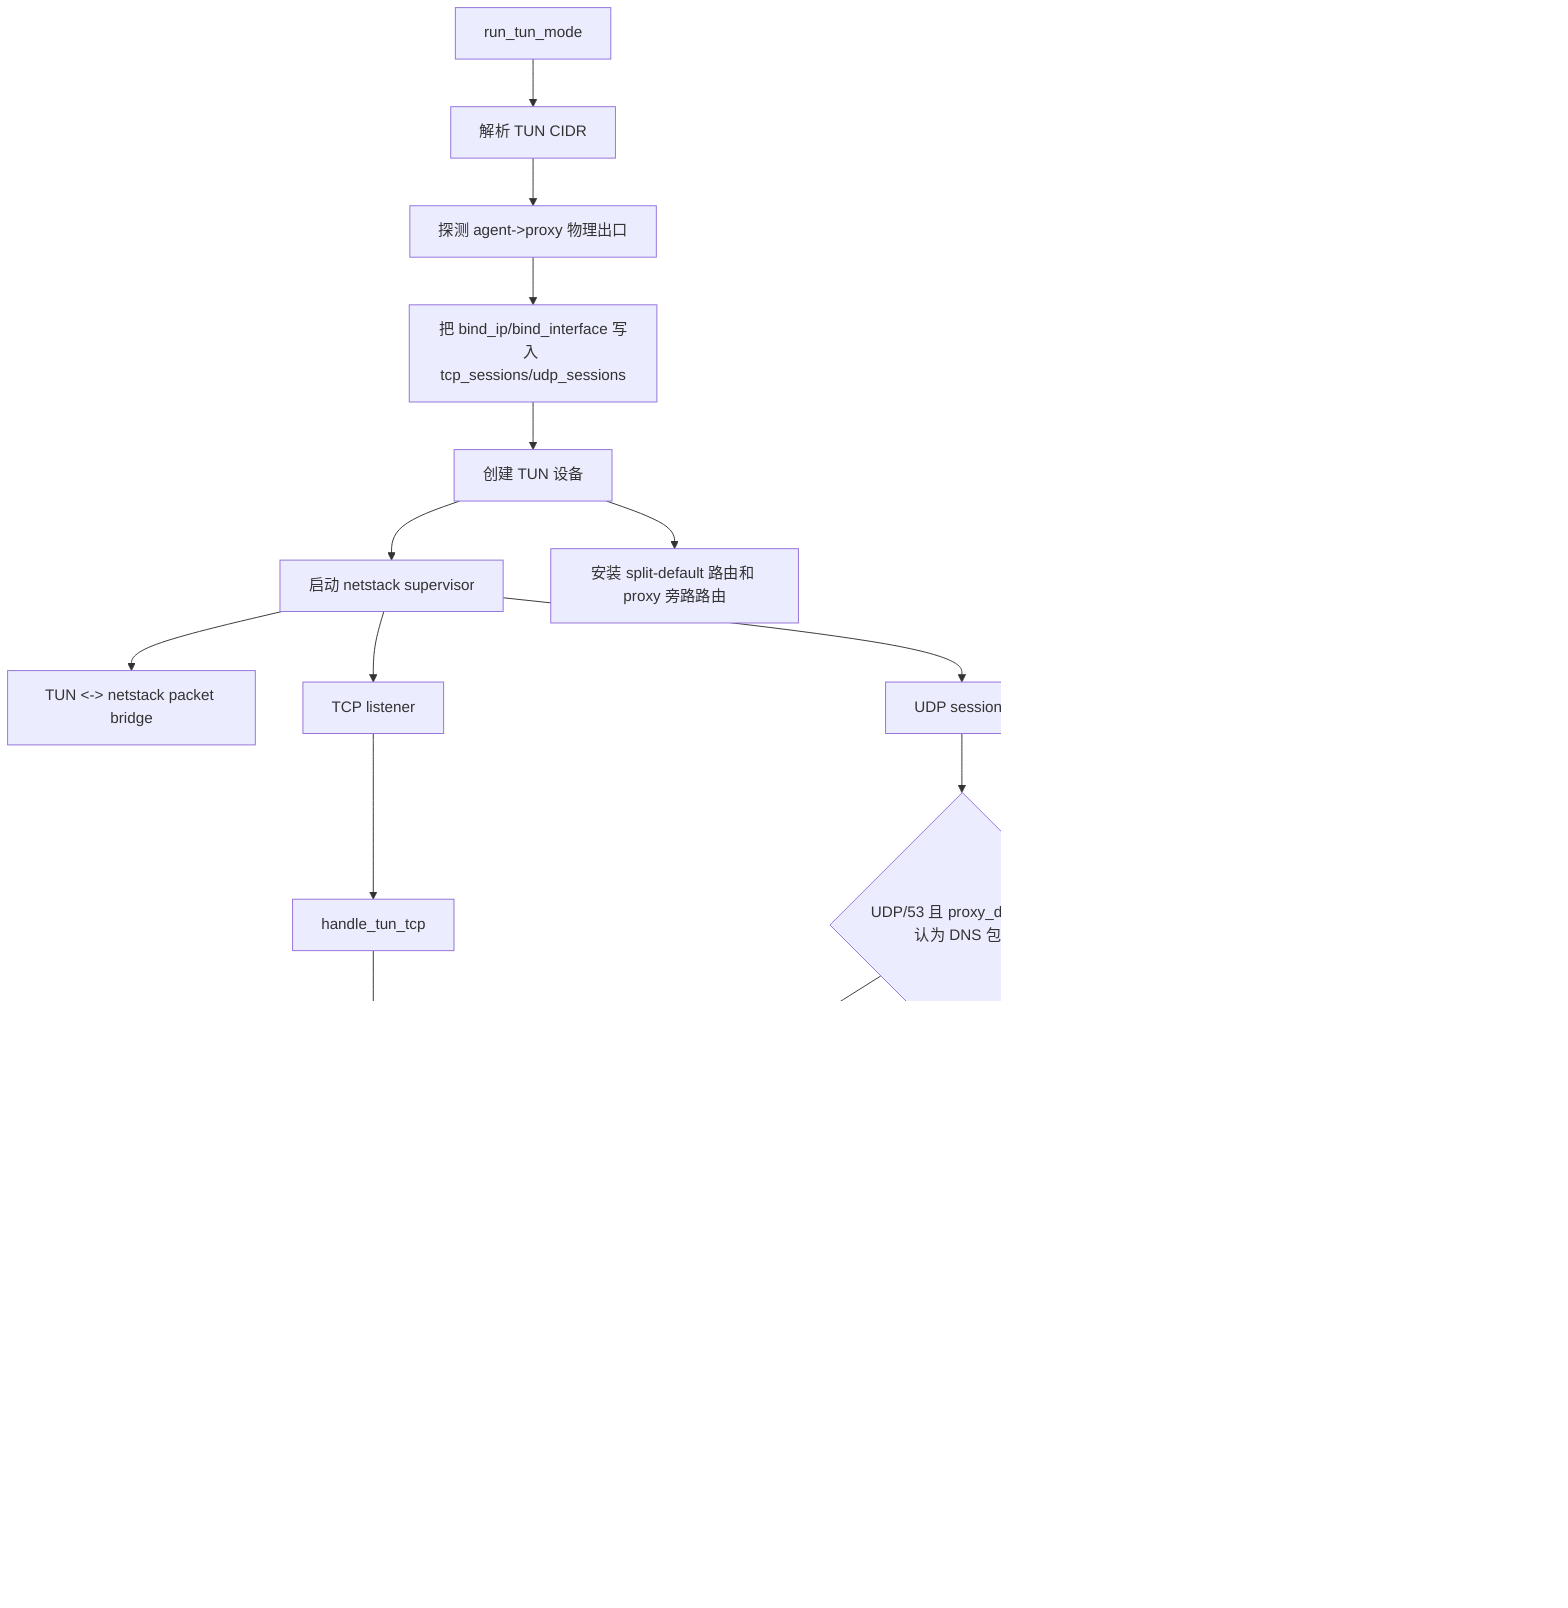
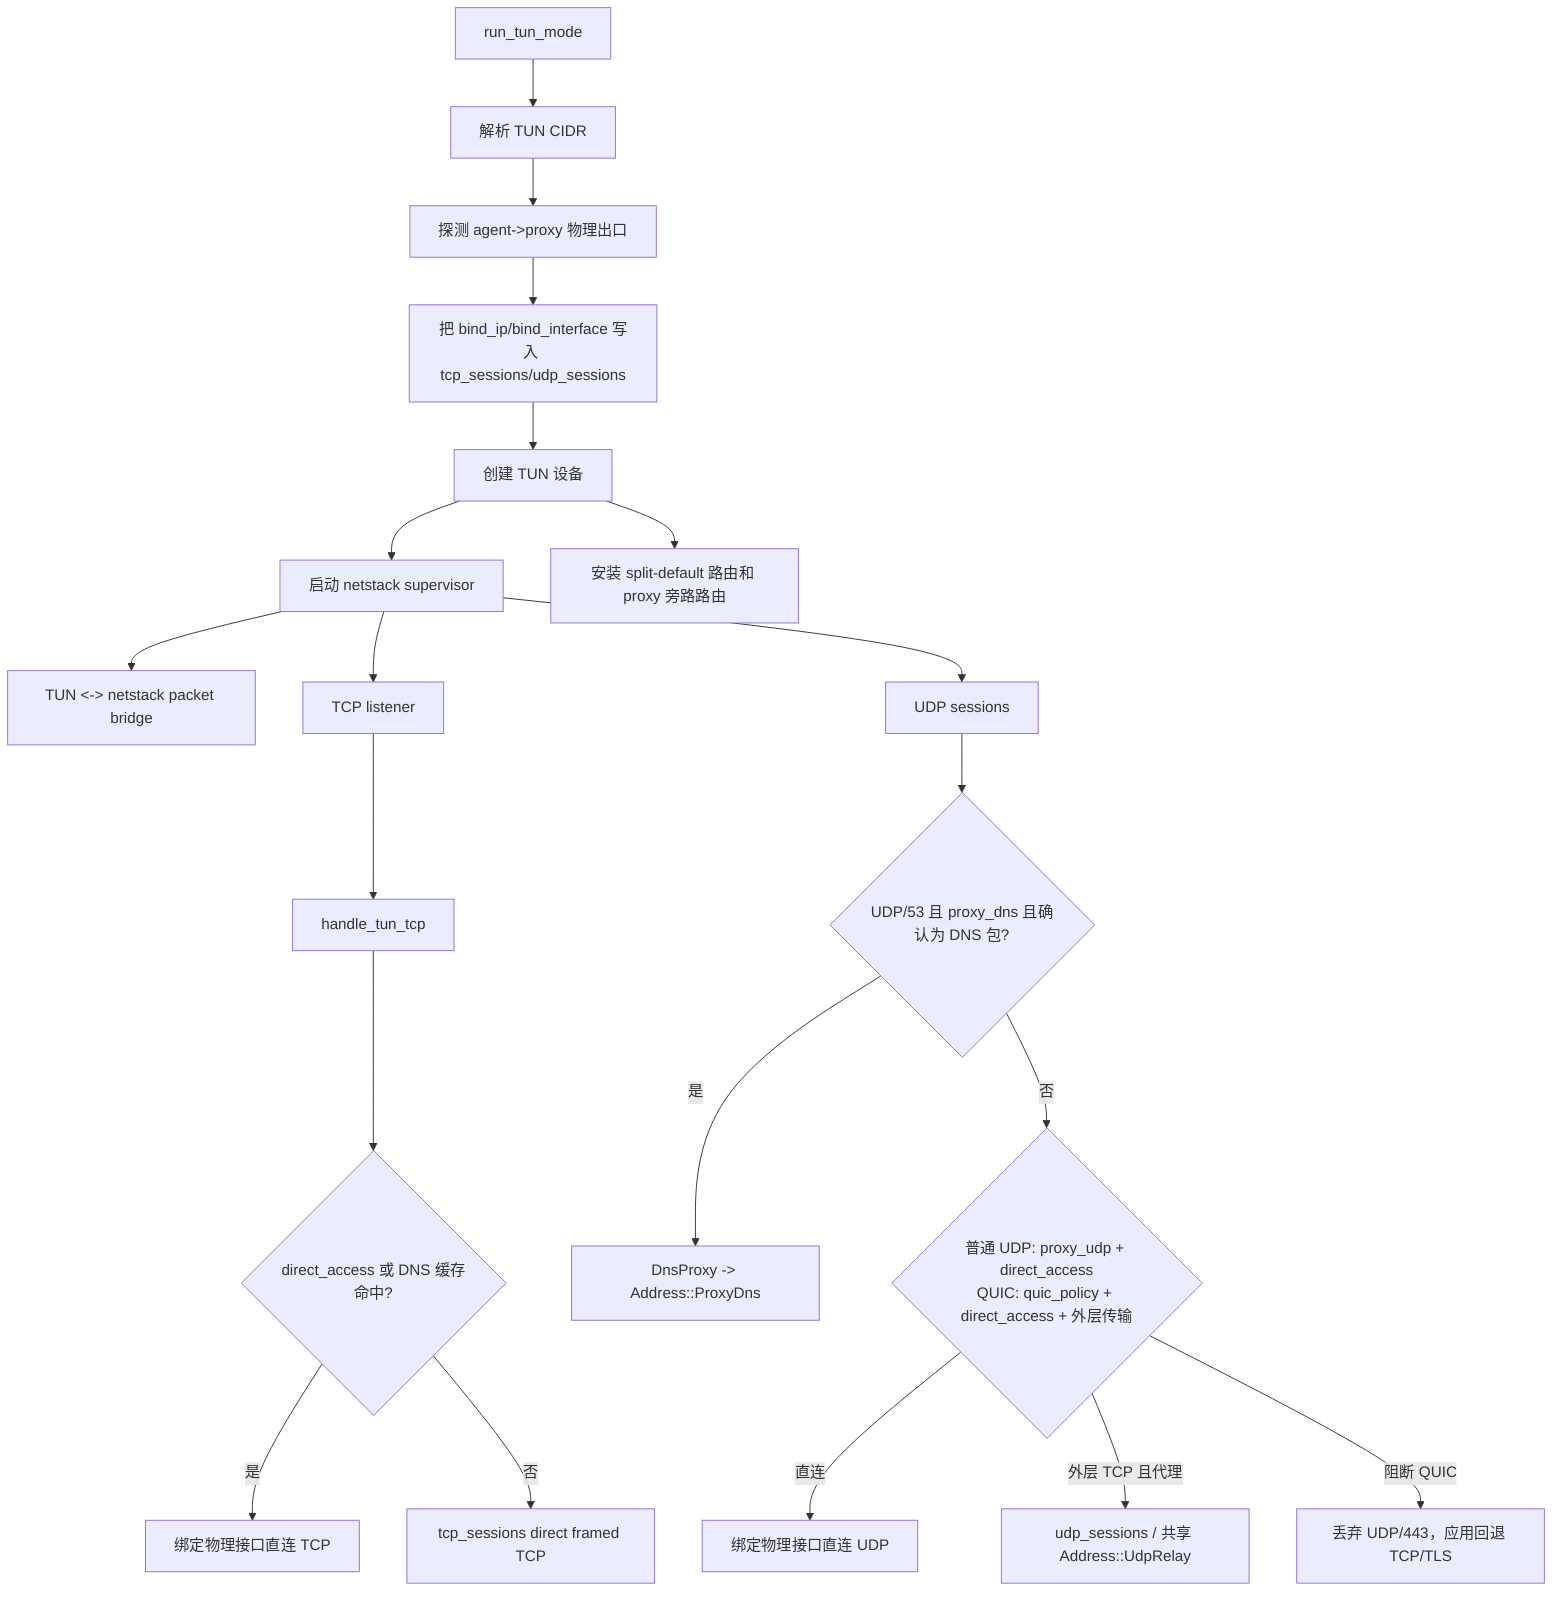
flowchart TD
    A["run_tun_mode"] --> B["解析 TUN CIDR"]
    B --> C["探测 agent->proxy 物理出口"]
    C --> D["把 bind_ip/bind_interface 写入 tcp_sessions/udp_sessions"]
    D --> E["创建 TUN 设备"]
    E --> F["启动 netstack supervisor"]
    F --> G["TUN <-> netstack packet bridge"]
    F --> H["TCP listener"]
    F --> I["UDP sessions"]
    E --> J["安装 split-default 路由和 proxy 旁路路由"]
    H --> K["handle_tun_tcp"]
    K --> L{"direct_access 或 DNS 缓存命中?"}
    L -->|"是"| M["绑定物理接口直连 TCP"]
    L -->|"否"| N["tcp_sessions direct framed TCP"]

    I --> O{"UDP/53 且 proxy_dns 且确认为 DNS 包?"}
    O -->|"是"| P["DnsProxy -> Address::ProxyDns"]
-     O -->|"否"| Q{"普通 UDP: proxy_udp + direct_access<br/>QUIC: quic_policy + direct_access"}
+     O -->|"否"| Q{"普通 UDP: proxy_udp + direct_access<br/>QUIC: quic_policy + direct_access + 外层传输"}
    Q -->|"直连"| R["绑定物理接口直连 UDP"]
-     Q -->|"代理"| S["udp_sessions / 共享 Address::UdpRelay"]
+     Q -->|"外层 TCP 且代理"| S["udp_sessions / 共享 Address::UdpRelay"]
    Q -->|"阻断 QUIC"| T["丢弃 UDP/443，应用回退 TCP/TLS"]
